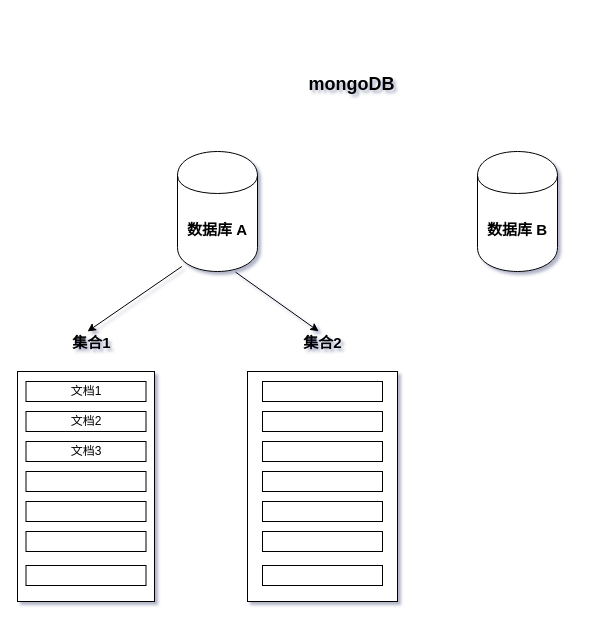
The draw.io diagram docs/mongodb.drawio in tjx666/coo, before the edit. Source tidied: cells renumbered, new cells numbered last; positions are measured from the earlier drawing's top-left corner, leaving out a move shared by most shapes. Both pictures are drawn from the tidied source at 100%, with x=0, y=0 at pixel (17, 74).
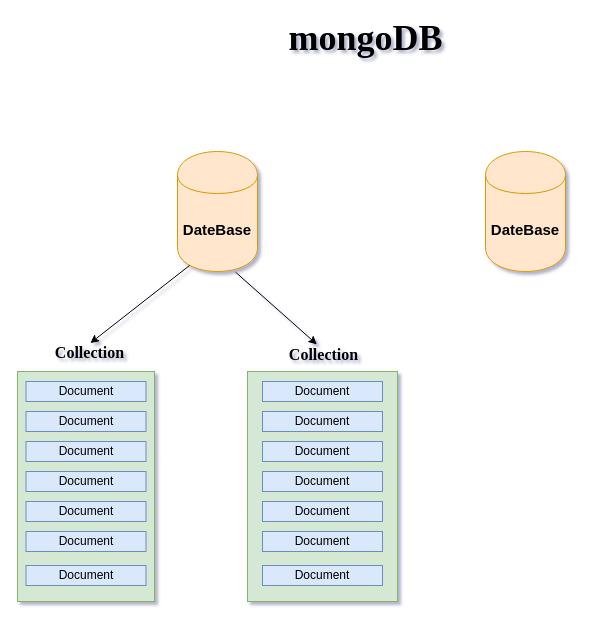
Above is the later version.

The edit, as a diff of the source:
```diff
@@
-<mxGraphModel background="#ffffff" shadow="1">
+<mxGraphModel shadow="1">
@@
-    <mxCell id="2" value="&lt;font style=&quot;font-size: 15px&quot;&gt;&lt;b&gt;数据库 A&lt;/b&gt;&lt;/font&gt;" style="shape=cylinder;whiteSpace=wrap;html=1;boundedLbl=1;backgroundOutline=1;" parent="1" vertex="1">
+    <mxCell id="2" value="&lt;span style=&quot;font-size: 15px&quot;&gt;&lt;b&gt;DateBase&lt;/b&gt;&lt;/span&gt;" style="shape=cylinder;whiteSpace=wrap;html=1;boundedLbl=1;backgroundOutline=1;fillColor=#ffe6cc;strokeColor=#d79b00;" parent="1" vertex="1">
       <mxGeometry x="160" y="77" width="80" height="120" as="geometry" />
     </mxCell>
-    <mxCell id="3" value="&lt;font style=&quot;font-size: 15px&quot;&gt;&lt;b&gt;数据库 B&lt;/b&gt;&lt;/font&gt;" style="shape=cylinder;whiteSpace=wrap;html=1;boundedLbl=1;backgroundOutline=1;" parent="1" vertex="1">
-      <mxGeometry x="460" y="77" width="80" height="120" as="geometry" />
+    <mxCell id="3" value="&lt;span style=&quot;font-size: 15px&quot;&gt;&lt;b&gt;DateBase&lt;/b&gt;&lt;/span&gt;" style="shape=cylinder;whiteSpace=wrap;html=1;boundedLbl=1;backgroundOutline=1;fillColor=#ffe6cc;strokeColor=#d79b00;" parent="1" vertex="1">
+      <mxGeometry x="468" y="77" width="80" height="120" as="geometry" />
     </mxCell>
-    <mxCell id="4" value="&lt;font style=&quot;font-size: 18px&quot;&gt;&lt;b&gt;mongoDB&lt;/b&gt;&lt;/font&gt;" style="text;html=1;align=center;verticalAlign=middle;" parent="1" vertex="1">
-      <mxGeometry x="284" width="100" height="20" as="geometry" />
+    <mxCell id="4" value="&lt;font size=&quot;1&quot; face=&quot;Times New Roman&quot;&gt;&lt;b style=&quot;font-size: 36px&quot;&gt;mongoDB&lt;/b&gt;&lt;/font&gt;" style="text;html=1;align=center;verticalAlign=middle;" parent="1" vertex="1">
+      <mxGeometry x="265.5" y="-49" width="164" height="26" as="geometry" />
     </mxCell>
-    <mxCell id="5" style="rounded=0;whiteSpace=wrap;html=1;" parent="1" vertex="1">
+    <mxCell id="5" style="rounded=0;whiteSpace=wrap;html=1;fillColor=#d5e8d4;strokeColor=#82b366;" parent="1" vertex="1">
       <mxGeometry y="297" width="137" height="230" as="geometry" />
     </mxCell>
@@
-    <mxCell id="7" value="文档1" style="rounded=0;whiteSpace=wrap;html=1;" parent="1" vertex="1">
+    <mxCell id="7" value="Document" style="rounded=0;whiteSpace=wrap;html=1;fillColor=#dae8fc;strokeColor=#6c8ebf;" parent="1" vertex="1">
       <mxGeometry x="8.5" y="307" width="120" height="20" as="geometry" />
     </mxCell>
-    <mxCell id="8" value="&lt;span style=&quot;white-space: normal&quot;&gt;文档2&lt;/span&gt;" style="rounded=0;whiteSpace=wrap;html=1;" parent="1" vertex="1">
+    <mxCell id="8" value="Document" style="rounded=0;whiteSpace=wrap;html=1;fillColor=#dae8fc;strokeColor=#6c8ebf;" parent="1" vertex="1">
       <mxGeometry x="8.5" y="337" width="120" height="20" as="geometry" />
     </mxCell>
-    <mxCell id="9" value="文档3" style="rounded=0;whiteSpace=wrap;html=1;" parent="1" vertex="1">
+    <mxCell id="9" value="Document" style="rounded=0;whiteSpace=wrap;html=1;fillColor=#dae8fc;strokeColor=#6c8ebf;" parent="1" vertex="1">
       <mxGeometry x="8.5" y="367" width="120" height="20" as="geometry" />
     </mxCell>
-    <mxCell id="10" style="rounded=0;whiteSpace=wrap;html=1;" parent="1" vertex="1">
+    <mxCell id="10" value="Document" style="rounded=0;whiteSpace=wrap;html=1;fillColor=#dae8fc;strokeColor=#6c8ebf;" parent="1" vertex="1">
       <mxGeometry x="8.5" y="397" width="120" height="20" as="geometry" />
     </mxCell>
-    <mxCell id="11" style="rounded=0;whiteSpace=wrap;html=1;" parent="1" vertex="1">
+    <mxCell id="11" value="&lt;span style=&quot;white-space: normal&quot;&gt;Document&lt;/span&gt;" style="rounded=0;whiteSpace=wrap;html=1;fillColor=#dae8fc;strokeColor=#6c8ebf;" parent="1" vertex="1">
       <mxGeometry x="8.5" y="427" width="120" height="20" as="geometry" />
     </mxCell>
-    <mxCell id="12" style="rounded=0;whiteSpace=wrap;html=1;" parent="1" vertex="1">
+    <mxCell id="12" value="&lt;span style=&quot;white-space: normal&quot;&gt;Document&lt;/span&gt;" style="rounded=0;whiteSpace=wrap;html=1;fillColor=#dae8fc;strokeColor=#6c8ebf;" parent="1" vertex="1">
       <mxGeometry x="8.5" y="457" width="120" height="20" as="geometry" />
     </mxCell>
-    <mxCell id="13" style="rounded=0;whiteSpace=wrap;html=1;" parent="1" vertex="1">
+    <mxCell id="13" value="&lt;span style=&quot;white-space: normal&quot;&gt;Document&lt;/span&gt;" style="rounded=0;whiteSpace=wrap;html=1;fillColor=#dae8fc;strokeColor=#6c8ebf;" parent="1" vertex="1">
       <mxGeometry x="8.5" y="491" width="120" height="20" as="geometry" />
     </mxCell>
-    <mxCell id="14" style="rounded=0;whiteSpace=wrap;html=1;" parent="1" vertex="1">
+    <mxCell id="14" style="rounded=0;whiteSpace=wrap;html=1;fillColor=#d5e8d4;strokeColor=#82b366;" parent="1" vertex="1">
       <mxGeometry x="230" y="297" width="150" height="230" as="geometry" />
     </mxCell>
@@
-    <mxCell id="16" style="rounded=0;whiteSpace=wrap;html=1;" parent="1" vertex="1">
+    <mxCell id="16" value="&lt;span style=&quot;white-space: normal&quot;&gt;Document&lt;/span&gt;" style="rounded=0;whiteSpace=wrap;html=1;fillColor=#dae8fc;strokeColor=#6c8ebf;" parent="1" vertex="1">
       <mxGeometry x="245" y="307" width="120" height="20" as="geometry" />
     </mxCell>
-    <mxCell id="17" style="rounded=0;whiteSpace=wrap;html=1;" parent="1" vertex="1">
+    <mxCell id="17" value="&lt;span style=&quot;white-space: normal&quot;&gt;Document&lt;/span&gt;" style="rounded=0;whiteSpace=wrap;html=1;fillColor=#dae8fc;strokeColor=#6c8ebf;" parent="1" vertex="1">
       <mxGeometry x="245" y="337" width="120" height="20" as="geometry" />
     </mxCell>
-    <mxCell id="18" style="rounded=0;whiteSpace=wrap;html=1;" parent="1" vertex="1">
+    <mxCell id="18" value="&lt;span style=&quot;white-space: normal&quot;&gt;Document&lt;/span&gt;" style="rounded=0;whiteSpace=wrap;html=1;fillColor=#dae8fc;strokeColor=#6c8ebf;" parent="1" vertex="1">
       <mxGeometry x="245" y="367" width="120" height="20" as="geometry" />
     </mxCell>
-    <mxCell id="19" style="rounded=0;whiteSpace=wrap;html=1;" parent="1" vertex="1">
+    <mxCell id="19" value="&lt;span style=&quot;white-space: normal&quot;&gt;Document&lt;/span&gt;" style="rounded=0;whiteSpace=wrap;html=1;fillColor=#dae8fc;strokeColor=#6c8ebf;" parent="1" vertex="1">
       <mxGeometry x="245" y="397" width="120" height="20" as="geometry" />
     </mxCell>
-    <mxCell id="20" style="rounded=0;whiteSpace=wrap;html=1;" parent="1" vertex="1">
+    <mxCell id="20" value="&lt;span style=&quot;white-space: normal&quot;&gt;Document&lt;/span&gt;" style="rounded=0;whiteSpace=wrap;html=1;fillColor=#dae8fc;strokeColor=#6c8ebf;" parent="1" vertex="1">
       <mxGeometry x="245" y="427" width="120" height="20" as="geometry" />
     </mxCell>
-    <mxCell id="21" style="rounded=0;whiteSpace=wrap;html=1;" parent="1" vertex="1">
+    <mxCell id="21" value="&lt;span style=&quot;white-space: normal&quot;&gt;Document&lt;/span&gt;" style="rounded=0;whiteSpace=wrap;html=1;fillColor=#dae8fc;strokeColor=#6c8ebf;" parent="1" vertex="1">
       <mxGeometry x="245" y="457" width="120" height="20" as="geometry" />
     </mxCell>
-    <mxCell id="22" style="rounded=0;whiteSpace=wrap;html=1;" parent="1" vertex="1">
+    <mxCell id="22" value="&lt;span style=&quot;white-space: normal&quot;&gt;Document&lt;/span&gt;" style="rounded=0;whiteSpace=wrap;html=1;fillColor=#dae8fc;strokeColor=#6c8ebf;" parent="1" vertex="1">
       <mxGeometry x="245" y="491" width="120" height="20" as="geometry" />
     </mxCell>
-    <mxCell id="23" value="&lt;font style=&quot;font-size: 15px&quot;&gt;&lt;b&gt;集合1&lt;/b&gt;&lt;/font&gt;" style="text;html=1;align=center;verticalAlign=middle;points=[];" parent="1" vertex="1">
-      <mxGeometry x="49" y="258" width="50" height="20" as="geometry" />
-    </mxCell>
-    <mxCell id="24" value="&lt;font style=&quot;font-size: 15px&quot;&gt;&lt;b&gt;集合2&lt;/b&gt;&lt;/font&gt;" style="text;html=1;align=center;verticalAlign=middle;points=[];" parent="1" vertex="1">
-      <mxGeometry x="280" y="258" width="50" height="20" as="geometry" />
+    <mxCell id="24" value="&lt;b&gt;&lt;font style=&quot;font-size: 16px&quot; face=&quot;Times New Roman&quot;&gt;Collection&lt;/font&gt;&lt;/b&gt;" style="text;html=1;align=center;verticalAlign=middle;points=[];" parent="1" vertex="1">
+      <mxGeometry x="265.5" y="271" width="80" height="18" as="geometry" />
     </mxCell>
-    <mxCell id="25" style="endArrow=classic;html=1;exitX=0.055;exitY=0.958;exitDx=0;exitDy=0;exitPerimeter=0;entryX=0.42;entryY=-0.05;entryDx=0;entryDy=0;entryPerimeter=0;" parent="1" edge="1" source="2" target="23">
-      <mxGeometry relative="1" as="geometry" />
-    </mxCell>
@@
+    <mxCell id="27" value="&lt;font size=&quot;1&quot; face=&quot;Times New Roman&quot;&gt;&lt;b style=&quot;font-size: 16px&quot;&gt;Collection&lt;/b&gt;&lt;/font&gt;" style="text;html=1;align=center;verticalAlign=middle;points=[];" parent="1" vertex="1">
+      <mxGeometry x="32" y="268" width="80" height="20" as="geometry" />
+    </mxCell>
+    <mxCell id="28" style="endArrow=classic;html=1;entryX=0.511;entryY=0.03;entryDx=0;entryDy=0;entryPerimeter=0;exitX=0.15;exitY=0.95;exitDx=0;exitDy=0;exitPerimeter=0;" parent="1" edge="1" source="2" target="27">
+      <mxGeometry relative="1" as="geometry" />
+    </mxCell>
```
